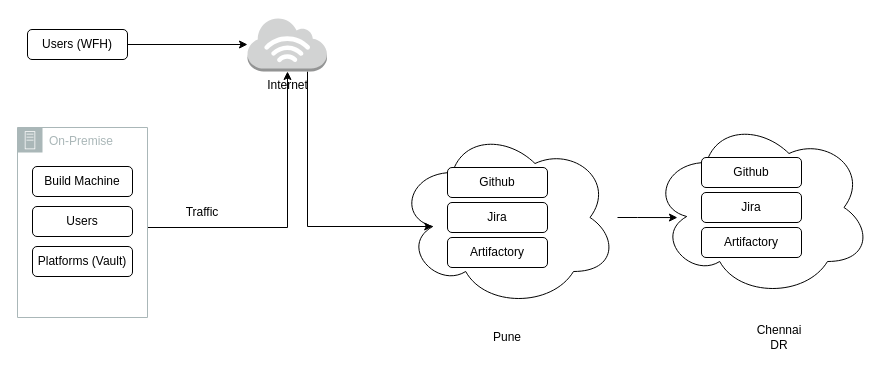
Above: page "Traffic Flow" (1 of 3) of Platform_Traffic.drawio in gonchigars/CKAD-exercises (draw.io), before the change. Source tidied: cells renumbered, new cells numbered last; positions are measured from the earlier drawing's top-left corner, leaving out a move shared by most shapes. Both pictures are drawn from the tidied source at 100%, with x=0, y=0 at pixel (17, 17).
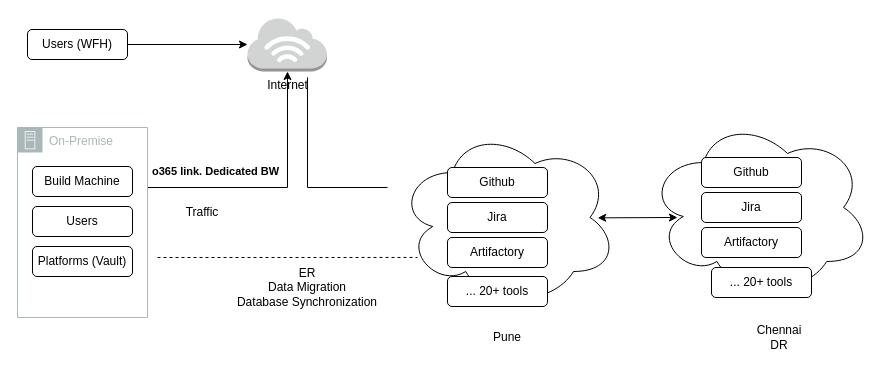
Above is the later version.

The change refers to these unchanged cells:
```xml
<mxCell id="3" value="On-Premise" style="outlineConnect=0;gradientColor=none;html=1;whiteSpace=wrap;fontSize=12;fontStyle=0;shape=mxgraph.aws4.group;grIcon=mxgraph.aws4.group_on_premise;strokeColor=#AAB7B8;fillColor=none;verticalAlign=top;align=left;spacingLeft=30;fontColor=#AAB7B8;dashed=0;" parent="1" vertex="1">
  <mxGeometry y="110" width="130" height="190" as="geometry" />
</mxCell>
<mxCell id="5" style="ellipse;shape=cloud;whiteSpace=wrap;html=1;" parent="1" vertex="1">
  <mxGeometry x="380" y="110" width="220" height="180" as="geometry" />
</mxCell>
<mxCell id="13" value="Internet" style="outlineConnect=0;dashed=0;verticalLabelPosition=bottom;verticalAlign=top;align=center;html=1;shape=mxgraph.aws3.internet_3;fillColor=#D2D3D3;gradientColor=none;" parent="1" vertex="1">
  <mxGeometry x="230" width="79.5" height="54" as="geometry" />
</mxCell>
```

Diff of the diagram source:
```diff
@@
     <mxCell id="2" style="edgeStyle=orthogonalEdgeStyle;rounded=0;jettySize=auto;html=1;" parent="1" edge="1" source="3" target="13">
       <mxGeometry relative="1" as="geometry">
         <Array as="points">
-          <mxPoint x="270" y="210" />
+          <mxPoint x="270" y="170" />
         </Array>
       </mxGeometry>
     </mxCell>
@@
-    <mxCell id="4" style="edgeStyle=orthogonalEdgeStyle;rounded=0;jettySize=auto;html=1;entryX=0.118;entryY=0.556;entryDx=0;entryDy=0;entryPerimeter=0;" parent="1" edge="1" source="5" target="14">
-      <mxGeometry relative="1" as="geometry" />
-    </mxCell>
@@
-    <mxCell id="12" style="edgeStyle=orthogonalEdgeStyle;rounded=0;jettySize=auto;html=1;entryX=0.16;entryY=0.55;entryDx=0;entryDy=0;entryPerimeter=0;" parent="1" edge="1" source="13" target="5">
-      <mxGeometry relative="1" as="geometry">
-        <Array as="points">
-          <mxPoint x="290" y="209" />
-        </Array>
-      </mxGeometry>
-    </mxCell>
@@
     <mxCell id="14" style="ellipse;shape=cloud;whiteSpace=wrap;html=1;" parent="1" vertex="1">
-      <mxGeometry x="634" y="100" width="220" height="180" as="geometry" />
+      <mxGeometry x="630" y="100" width="224" height="180" as="geometry" />
     </mxCell>
@@
+    <mxCell id="23" style="endArrow=none;dashed=1;html=1;entryX=0.091;entryY=0.722;entryDx=0;entryDy=0;entryPerimeter=0;" parent="1" edge="1" target="5">
+      <mxGeometry relative="1" as="geometry">
+        <mxPoint x="140" y="240" as="sourcePoint" />
+      </mxGeometry>
+    </mxCell>
+    <mxCell id="24" value="ER&lt;br&gt;Data Migration&lt;br&gt;Database Synchronization" style="text;html=1;strokeColor=none;fillColor=none;align=center;verticalAlign=middle;whiteSpace=wrap;rounded=0;" parent="1" vertex="1">
+      <mxGeometry x="210" y="260" width="160" height="20" as="geometry" />
+    </mxCell>
+    <mxCell id="25" style="endArrow=none;html=1;" parent="1" edge="1">
+      <mxGeometry relative="1" as="geometry">
+        <mxPoint x="290" y="170" as="sourcePoint" />
+        <mxPoint x="290" y="60" as="targetPoint" />
+      </mxGeometry>
+    </mxCell>
+    <mxCell id="26" style="endArrow=none;html=1;" parent="1" edge="1">
+      <mxGeometry relative="1" as="geometry">
+        <mxPoint x="290" y="170" as="sourcePoint" />
+        <mxPoint x="370" y="170" as="targetPoint" />
+      </mxGeometry>
+    </mxCell>
+    <mxCell id="27" style="endArrow=classic;startArrow=classic;html=1;exitX=0.91;exitY=0.502;exitDx=0;exitDy=0;exitPerimeter=0;" parent="1" edge="1" source="5">
+      <mxGeometry relative="1" as="geometry">
+        <mxPoint x="660" y="200" as="targetPoint" />
+      </mxGeometry>
+    </mxCell>
+    <mxCell id="28" value="&lt;h1&gt;&lt;font style=&quot;font-size: 11px&quot;&gt;o365 link. Dedicated BW&amp;nbsp;&lt;/font&gt;&lt;/h1&gt;" style="text;html=1;strokeColor=none;fillColor=none;spacing=5;spacingTop=-20;whiteSpace=wrap;overflow=hidden;rounded=0;align=left;" parent="1" vertex="1">
+      <mxGeometry x="130" y="130" width="150" height="40" as="geometry" />
+    </mxCell>
+    <mxCell id="29" value="... 20+ tools" style="rounded=1;whiteSpace=wrap;html=1;" parent="1" vertex="1">
+      <mxGeometry x="430" y="259" width="100" height="30" as="geometry" />
+    </mxCell>
+    <mxCell id="30" value="... 20+ tools" style="rounded=1;whiteSpace=wrap;html=1;" parent="1" vertex="1">
+      <mxGeometry x="694" y="250" width="100" height="30" as="geometry" />
+    </mxCell>
```
